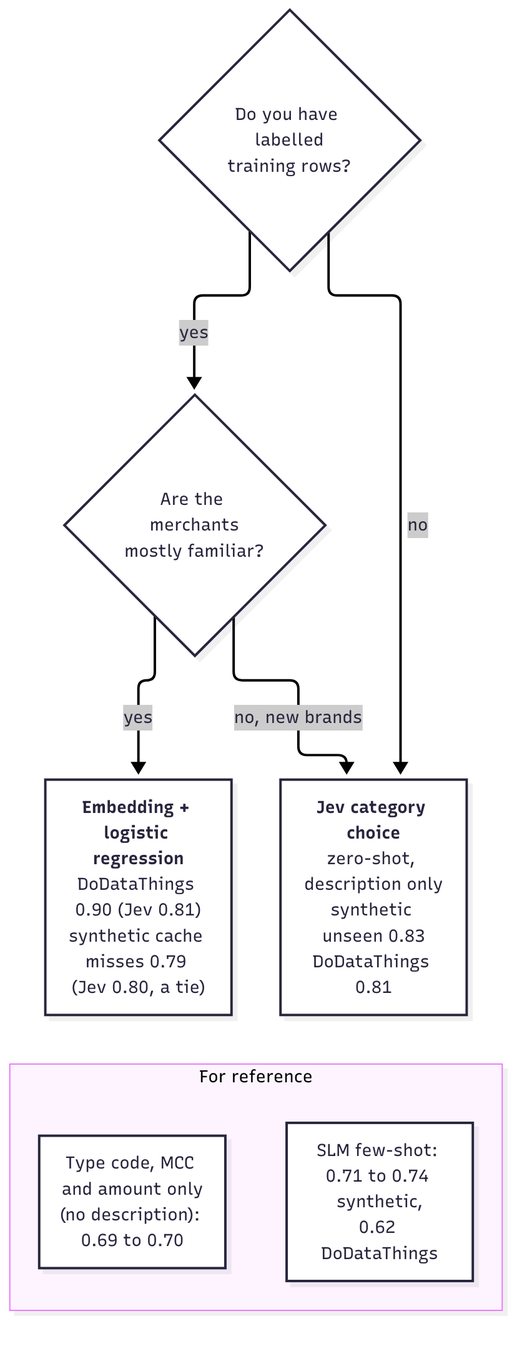
Earlier version of the Mermaid export reports/figures/category_decision.png (aeoxyz-jpg/tranx-transaction-standardization). Its source is kept beside it as docs/diagrams/category_decision.mmd.
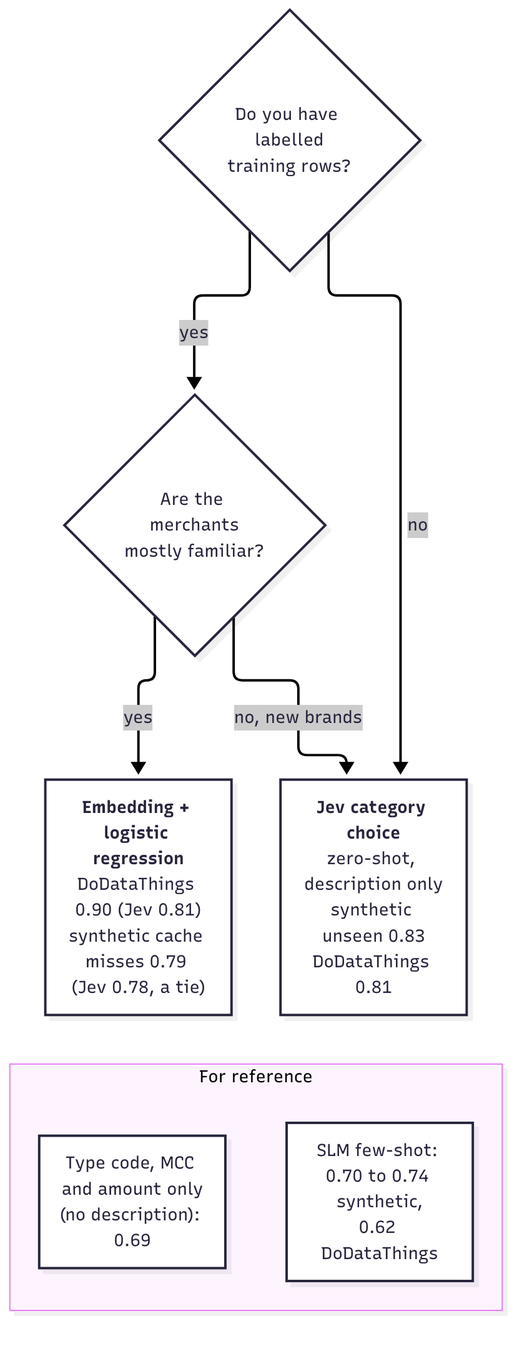
The same file after the commit.

The edit, as a diff of the source:
```diff
@@ -2,11 +2,11 @@
     Q1{"Do you have labelled<br/>training rows?"}
     Q1 -->|yes| Q2{"Are the merchants<br/>mostly familiar?"}
     Q1 -->|no| JEV["<b>Jev category choice</b><br/>zero-shot, description only<br/>synthetic unseen 0.83<br/>DoDataThings 0.81"]
-    Q2 -->|yes| EMB["<b>Embedding + logistic regression</b><br/>DoDataThings 0.90 (Jev 0.81)<br/>synthetic cache misses 0.79 (Jev 0.80, a tie)"]
+    Q2 -->|yes| EMB["<b>Embedding + logistic regression</b><br/>DoDataThings 0.90 (Jev 0.81)<br/>synthetic cache misses 0.79 (Jev 0.78, a tie)"]
     Q2 -->|"no, new brands"| JEV
     subgraph REF["For reference"]
-        BASE["Type code, MCC and amount only<br/>(no description): 0.69 to 0.70"]
-        SLMN["SLM few-shot: 0.71 to 0.74 synthetic,<br/>0.62 DoDataThings"]
+        BASE["Type code, MCC and amount only<br/>(no description): 0.69"]
+        SLMN["SLM few-shot: 0.70 to 0.74 synthetic,<br/>0.62 DoDataThings"]
     end
     JEV ~~~ REF
     EMB ~~~ REF
```
